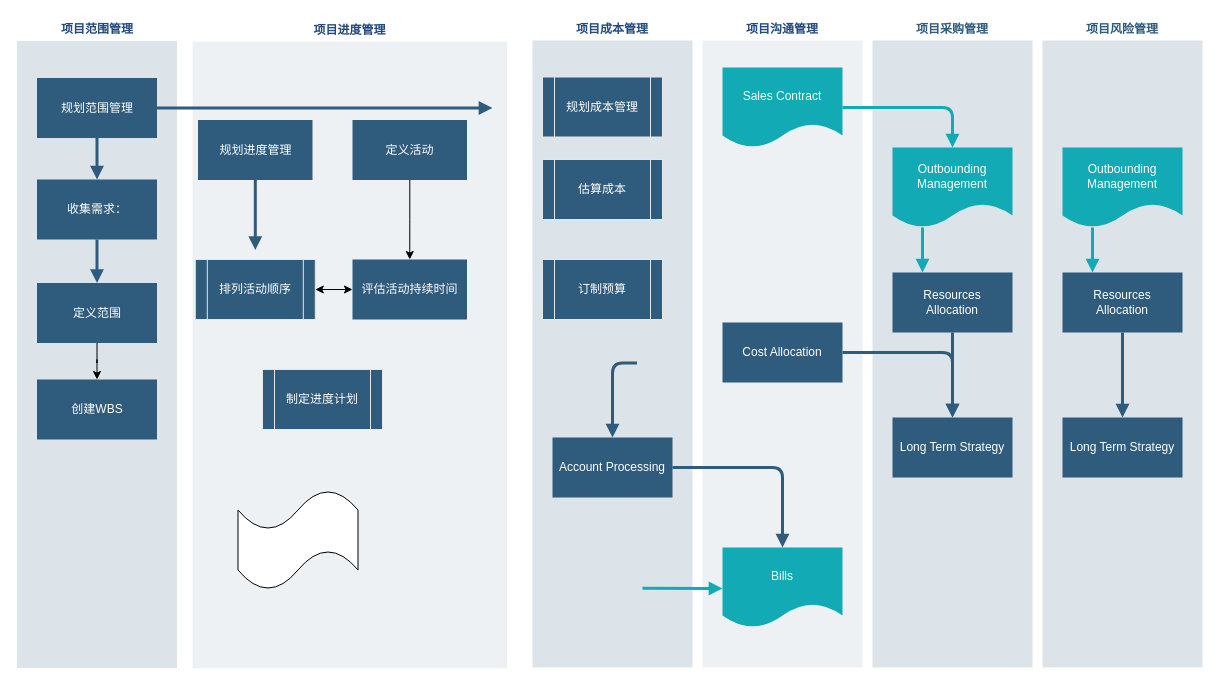
This is 项目管理.drawio from jglie/Hello-World, a draw.io file, before an edit. Source tidied: cells renumbered, new cells numbered last; positions are measured from the earlier drawing's top-left corner, leaving out a move shared by most shapes. Both pictures are drawn from the tidied source at 100%, with x=0, y=0 at pixel (16, 17).
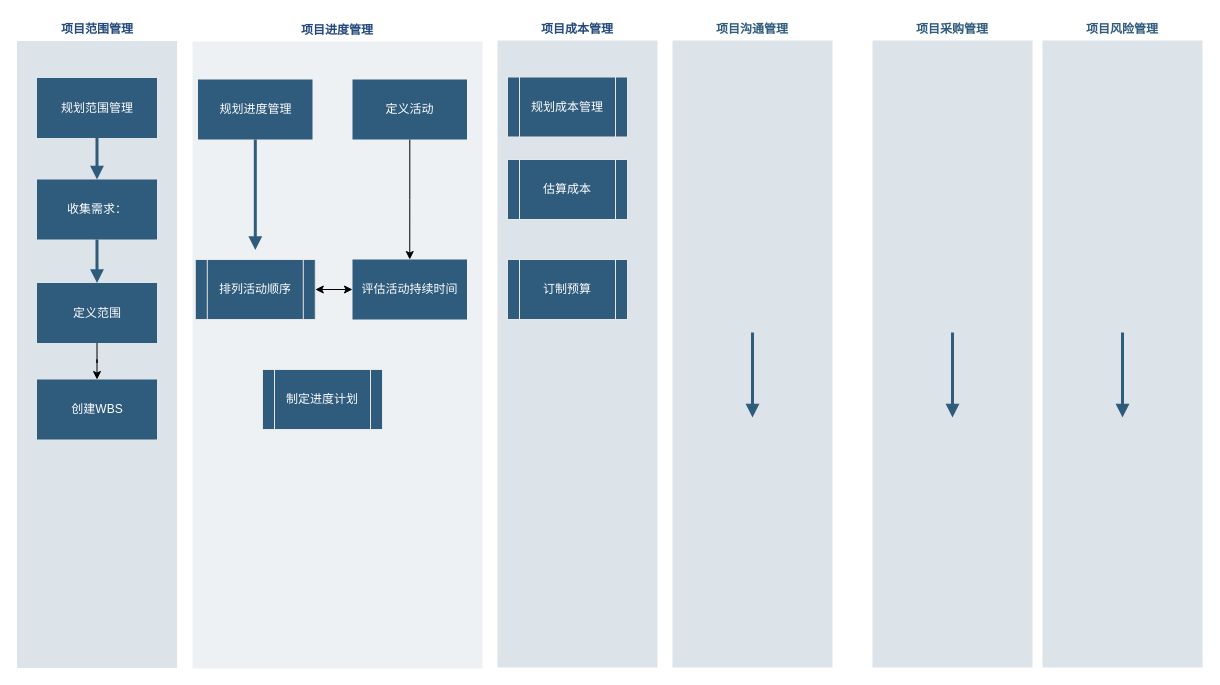
Above is the later version.

The change refers to these unchanged cells:
```xml
<mxCell id="3" value="规划范围管理" style="whiteSpace=wrap;shadow=0;fontColor=#FFFFFF;fontFamily=Helvetica;fontStyle=0;html=1;fontSize=12;plain-purple;strokeColor=none;fillColor=#2f5b7c;gradientColor=none;spacing=6;verticalAlign=middle;" parent="2" vertex="1">
  <mxGeometry x="20" y="60" width="120" height="60" as="geometry" />
</mxCell>
<mxCell id="29" value="项目采购管理" style="swimlane;whiteSpace=wrap;fillColor=none;swimlaneFillColor=#BAC8D3;fontColor=#2F5B7C;fontFamily=Tahoma;html=1;strokeColor=none;opacity=50;" parent="1" vertex="1">
  <mxGeometry x="856" width="160" height="650" as="geometry" />
</mxCell>
<mxCell id="41" value="项目风险管理" style="swimlane;whiteSpace=wrap;fillColor=none;swimlaneFillColor=#BAC8D3;fontColor=#2F5B7C;fontFamily=Tahoma;html=1;strokeColor=none;opacity=50;" parent="1" vertex="1">
  <mxGeometry x="1026" width="160" height="650" as="geometry" />
</mxCell>
```

The edit, as a diff of the source:
```diff
@@
-    <mxCell id="10" value="&lt;font color=&quot;#23497d&quot;&gt;项目沟通管理&lt;/font&gt;" style="swimlane;whiteSpace=wrap;fillColor=none;swimlaneFillColor=#BAC8D3;fontColor=#2F5B7C;fontFamily=Tahoma;html=1;strokeColor=none;opacity=25;" parent="1" vertex="1">
-      <mxGeometry x="686" width="160" height="650" as="geometry" />
-    </mxCell>
-    <mxCell id="11" value="Sales Contract" style="shape=document;whiteSpace=wrap;verticalAlign=middle;strokeColor=none;fillColor=#12aab5;shadow=0;fontColor=#FFFFFF;fontFamily=Helvetica;fontStyle=0;html=1;fontSize=12;spacing=6;spacingBottom=22;" parent="10" vertex="1">
-      <mxGeometry x="20" y="50" width="120" height="80" as="geometry" />
-    </mxCell>
-    <mxCell id="12" value="Bills" style="shape=document;whiteSpace=wrap;verticalAlign=middle;strokeColor=none;fillColor=#12aab5;shadow=0;fontColor=#FFFFFF;fontFamily=Helvetica;fontStyle=0;html=1;fontSize=12;spacing=6;spacingBottom=22;" parent="10" vertex="1">
-      <mxGeometry x="20" y="530" width="120" height="80" as="geometry" />
-    </mxCell>
-    <mxCell id="13" value="Cost Allocation" style="whiteSpace=wrap;strokeColor=none;fillColor=#2f5b7c;shadow=0;fontColor=#FFFFFF;fontFamily=Helvetica;fontStyle=0;html=1;fontSize=12;spacing=6;verticalAlign=middle;" parent="10" vertex="1">
-      <mxGeometry x="20" y="305" width="120" height="60" as="geometry" />
-    </mxCell>
     <mxCell id="14" value="&lt;font color=&quot;#23497d&quot;&gt;项目成本管理&lt;/font&gt;" style="swimlane;whiteSpace=wrap;fillColor=none;swimlaneFillColor=#BAC8D3;fontColor=#2F5B7C;fontFamily=Tahoma;html=1;strokeColor=none;opacity=50;" parent="1" vertex="1">
-      <mxGeometry x="516" width="160" height="650" as="geometry" />
+      <mxGeometry x="481" width="160" height="650" as="geometry" />
     </mxCell>
-    <mxCell id="15" value="Account Processing" style="whiteSpace=wrap;strokeColor=none;fillColor=#2f5b7c;shadow=0;fontColor=#FFFFFF;fontFamily=Helvetica;fontStyle=0;html=1;fontSize=12;spacing=6;verticalAlign=middle;" parent="14" vertex="1">
-      <mxGeometry x="20" y="420" width="120" height="60" as="geometry" />
-    </mxCell>
@@
     <mxCell id="19" value="&lt;font color=&quot;#23497d&quot;&gt;项目进度管理&lt;/font&gt;" style="swimlane;whiteSpace=wrap;fillColor=none;swimlaneFillColor=#BAC8D3;fontColor=#2F5B7C;fontFamily=Tahoma;html=1;strokeColor=none;opacity=25;" parent="1" vertex="1">
-      <mxGeometry x="176" y="1" width="314.5" height="650" as="geometry" />
+      <mxGeometry x="176" y="1" width="290" height="650" as="geometry" />
     </mxCell>
     <mxCell id="20" value="规划进度管理" style="whiteSpace=wrap;shadow=0;fontColor=#FFFFFF;fontFamily=Helvetica;fontStyle=0;html=1;fontSize=12;plain-purple;strokeColor=none;fillColor=#2f5b7c;gradientColor=none;spacing=6;verticalAlign=middle;" parent="19" vertex="1">
-      <mxGeometry x="5.5" y="101.5" width="114.5" height="60" as="geometry" />
+      <mxGeometry x="5.5" y="61" width="114.5" height="60" as="geometry" />
     </mxCell>
@@
     <mxCell id="23" value="定义活动" style="whiteSpace=wrap;shadow=0;fontColor=#FFFFFF;fontFamily=Helvetica;fontStyle=0;html=1;fontSize=12;plain-purple;strokeColor=none;fillColor=#2f5b7c;gradientColor=none;spacing=6;verticalAlign=middle;" parent="19" vertex="1">
-      <mxGeometry x="160" y="101.5" width="114.5" height="60" as="geometry" />
+      <mxGeometry x="160" y="61" width="114.5" height="60" as="geometry" />
     </mxCell>
-    <mxCell id="24" style="shape=tape;whiteSpace=wrap;html=1;" parent="19" vertex="1">
-      <mxGeometry x="45.5" y="471.5" width="120" height="100" as="geometry" />
-    </mxCell>
@@
-    <mxCell id="30" value="Outbounding Management" style="shape=document;whiteSpace=wrap;verticalAlign=middle;strokeColor=none;fillColor=#12aab5;shadow=0;fontColor=#FFFFFF;fontFamily=Helvetica;fontStyle=0;html=1;fontSize=12;spacing=6;spacingBottom=22;" parent="29" vertex="1">
-      <mxGeometry x="20" y="130" width="120" height="80" as="geometry" />
-    </mxCell>
-    <mxCell id="31" value="Resources Allocation" style="whiteSpace=wrap;strokeColor=none;fillColor=#2f5b7c;shadow=0;fontColor=#FFFFFF;fontFamily=Helvetica;fontStyle=0;html=1;fontSize=12;spacing=6;verticalAlign=middle;" parent="29" vertex="1">
-      <mxGeometry x="20" y="255" width="120" height="60" as="geometry" />
-    </mxCell>
-    <mxCell id="32" value="Long Term Strategy" style="whiteSpace=wrap;strokeColor=none;fillColor=#2f5b7c;shadow=0;fontColor=#FFFFFF;fontFamily=Helvetica;fontStyle=0;html=1;fontSize=12;spacing=6;verticalAlign=middle;" parent="29" vertex="1">
-      <mxGeometry x="20" y="400" width="120" height="60" as="geometry" />
-    </mxCell>
-    <mxCell id="33" style="edgeStyle=segmentEdgeStyle;strokeColor=#2F5B7C;strokeWidth=3;html=1;endArrow=block;endFill=1;" parent="29" edge="1" source="31" target="32">
-      <mxGeometry relative="1" as="geometry" />
+    <mxCell id="33" style="edgeStyle=segmentEdgeStyle;strokeColor=#2F5B7C;strokeWidth=3;html=1;endArrow=block;endFill=1;" parent="29" edge="1">
+      <mxGeometry relative="1" as="geometry">
+        <mxPoint x="80" y="315" as="sourcePoint" />
+        <mxPoint x="80" y="400" as="targetPoint" />
+        <Array as="points">
+          <mxPoint x="80" y="362" />
+          <mxPoint x="80" y="362" />
+        </Array>
+      </mxGeometry>
     </mxCell>
-    <mxCell id="34" style="edgeStyle=segmentEdgeStyle;entryX=0.25;entryY=0;strokeColor=#12AAB5;strokeWidth=3;html=1;endArrow=block;endFill=1;" parent="29" edge="1" source="30" target="31">
-      <mxGeometry relative="1" as="geometry" />
-    </mxCell>
-    <mxCell id="35" style="edgeStyle=segmentEdgeStyle;strokeColor=#2F5B7C;strokeWidth=3;html=1;endArrow=block;endFill=1;" parent="1" edge="1" source="3">
-      <mxGeometry x="164.5" y="178.5" as="geometry">
-        <mxPoint x="476" y="90.5" as="targetPoint" />
-      </mxGeometry>
-    </mxCell>
-    <mxCell id="36" style="edgeStyle=elbowEdgeStyle;elbow=vertical;strokeColor=#12AAB5;strokeWidth=3;html=1;endArrow=block;endFill=1;" parent="1" edge="1" target="12">
-      <mxGeometry x="484.5" y="623.5" as="geometry">
-        <mxPoint x="626" y="570.8" as="sourcePoint" />
-      </mxGeometry>
-    </mxCell>
-    <mxCell id="37" style="edgeStyle=segmentEdgeStyle;strokeColor=#2F5B7C;strokeWidth=3;html=1;endArrow=block;endFill=1;" parent="1" edge="1" target="15">
-      <mxGeometry x="644.5" y="433.5" as="geometry">
-        <mxPoint x="620.5" y="345.5" as="sourcePoint" />
-      </mxGeometry>
-    </mxCell>
-    <mxCell id="38" style="edgeStyle=segmentEdgeStyle;strokeColor=#2F5B7C;strokeWidth=3;html=1;endArrow=block;endFill=1;" parent="1" edge="1" source="15" target="12">
-      <mxGeometry x="804.5" y="538.5" as="geometry" />
-    </mxCell>
-    <mxCell id="39" style="edgeStyle=segmentEdgeStyle;strokeColor=#2F5B7C;strokeWidth=3;html=1;endArrow=block;endFill=1;" parent="1" edge="1" source="13" target="32">
-      <mxGeometry x="964.5" y="423.5" as="geometry" />
-    </mxCell>
-    <mxCell id="40" style="edgeStyle=segmentEdgeStyle;strokeColor=#12AAB5;strokeWidth=3;html=1;endArrow=block;endFill=1;" parent="1" edge="1" source="11" target="30">
-      <mxGeometry x="964.5" y="178.5" as="geometry" />
-    </mxCell>
@@
-    <mxCell id="42" value="Outbounding Management" style="shape=document;whiteSpace=wrap;verticalAlign=middle;strokeColor=none;fillColor=#12aab5;shadow=0;fontColor=#FFFFFF;fontFamily=Helvetica;fontStyle=0;html=1;fontSize=12;spacing=6;spacingBottom=22;" parent="41" vertex="1">
-      <mxGeometry x="20" y="130" width="120" height="80" as="geometry" />
-    </mxCell>
-    <mxCell id="43" value="Resources Allocation" style="whiteSpace=wrap;strokeColor=none;fillColor=#2f5b7c;shadow=0;fontColor=#FFFFFF;fontFamily=Helvetica;fontStyle=0;html=1;fontSize=12;spacing=6;verticalAlign=middle;" parent="41" vertex="1">
-      <mxGeometry x="20" y="255" width="120" height="60" as="geometry" />
-    </mxCell>
-    <mxCell id="44" value="Long Term Strategy" style="whiteSpace=wrap;strokeColor=none;fillColor=#2f5b7c;shadow=0;fontColor=#FFFFFF;fontFamily=Helvetica;fontStyle=0;html=1;fontSize=12;spacing=6;verticalAlign=middle;" parent="41" vertex="1">
-      <mxGeometry x="20" y="400" width="120" height="60" as="geometry" />
-    </mxCell>
-    <mxCell id="45" style="edgeStyle=segmentEdgeStyle;strokeColor=#2F5B7C;strokeWidth=3;html=1;endArrow=block;endFill=1;" parent="41" edge="1" source="43" target="44">
-      <mxGeometry relative="1" as="geometry" />
+    <mxCell id="45" style="edgeStyle=segmentEdgeStyle;strokeColor=#2F5B7C;strokeWidth=3;html=1;endArrow=block;endFill=1;" parent="41" edge="1">
+      <mxGeometry relative="1" as="geometry">
+        <mxPoint x="80" y="315" as="sourcePoint" />
+        <mxPoint x="80" y="400" as="targetPoint" />
+      </mxGeometry>
     </mxCell>
-    <mxCell id="46" style="edgeStyle=segmentEdgeStyle;entryX=0.25;entryY=0;strokeColor=#12AAB5;strokeWidth=3;html=1;endArrow=block;endFill=1;" parent="41" edge="1" source="42" target="43">
-      <mxGeometry relative="1" as="geometry" />
-    </mxCell>
+    <mxCell id="10" value="项目沟通管理" style="swimlane;whiteSpace=wrap;fillColor=none;swimlaneFillColor=#BAC8D3;fontColor=#2F5B7C;fontFamily=Tahoma;html=1;strokeColor=none;opacity=50;startSize=23;" parent="1" vertex="1">
+      <mxGeometry x="656" width="160" height="650" as="geometry" />
+    </mxCell>
+    <mxCell id="47" style="edgeStyle=segmentEdgeStyle;strokeColor=#2F5B7C;strokeWidth=3;html=1;endArrow=block;endFill=1;" parent="10" edge="1">
+      <mxGeometry relative="1" as="geometry">
+        <mxPoint x="80" y="315" as="sourcePoint" />
+        <mxPoint x="80" y="400" as="targetPoint" />
+        <Array as="points">
+          <mxPoint x="80" y="362" />
+          <mxPoint x="80" y="362" />
+        </Array>
+      </mxGeometry>
+    </mxCell>
```
